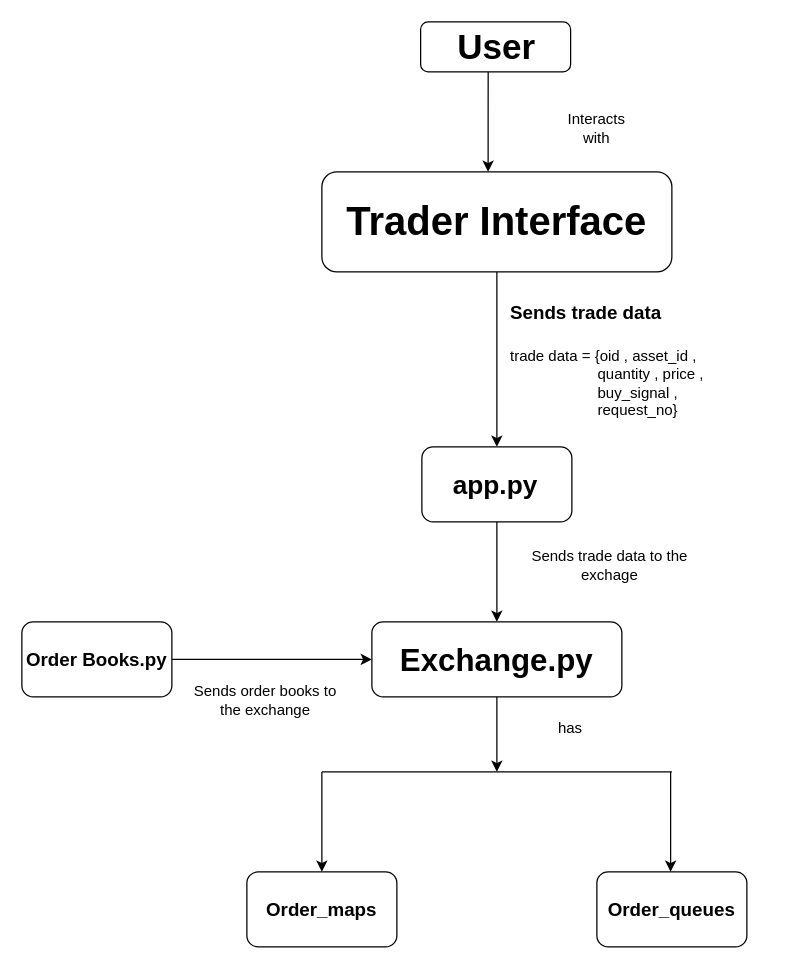
gupta-ekansh/SMC keeps this draw.io diagram as Untitled Diagram.drawio. Above is the earlier version. Source tidied: cells renumbered, new cells numbered last; positions are measured from the earlier drawing's top-left corner, leaving out a move shared by most shapes. Both pictures are drawn from the tidied source at 125%, with x=0, y=0 at pixel (21, 21).
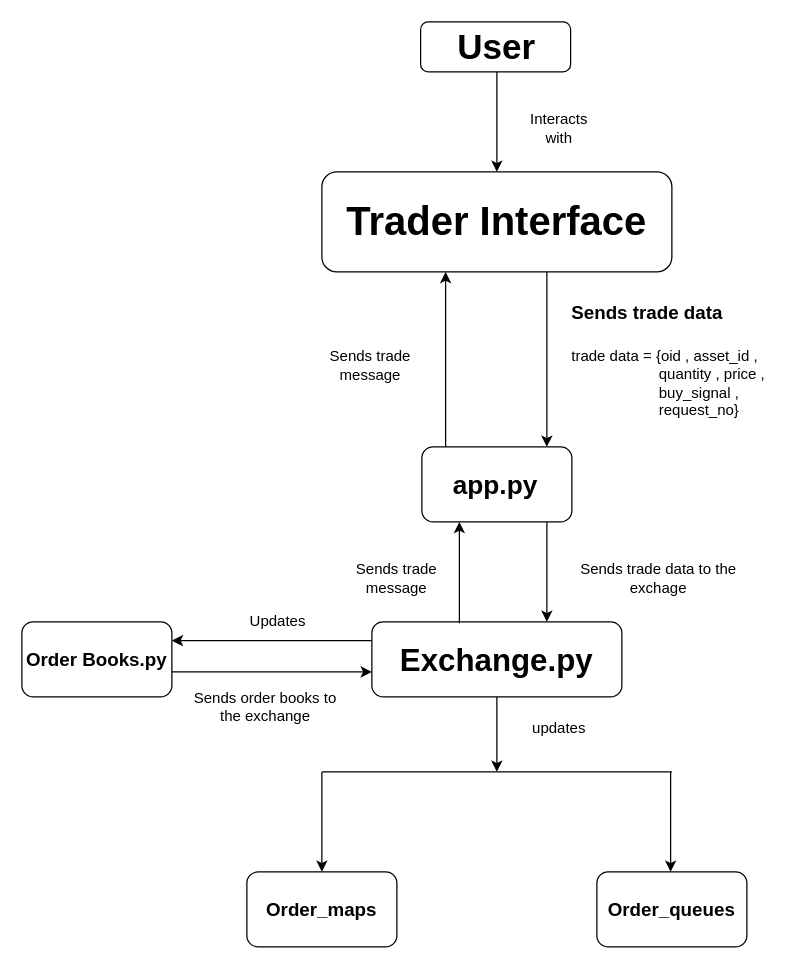
The same diagram, later.

The change refers to these unchanged cells:
```xml
<mxCell id="3" value="User" style="text;html=1;strokeColor=none;fillColor=none;align=center;verticalAlign=middle;whiteSpace=wrap;rounded=0;fontStyle=1;fontSize=28;" parent="1" vertex="1">
  <mxGeometry x="320" width="120" height="40" as="geometry" />
</mxCell>
<mxCell id="9" value="Trader Interface" style="text;html=1;strokeColor=none;fillColor=none;align=center;verticalAlign=middle;whiteSpace=wrap;rounded=0;fontSize=32;fontStyle=1;" parent="1" vertex="1">
  <mxGeometry x="240" y="120" width="280" height="80" as="geometry" />
</mxCell>
<mxCell id="12" style="rounded=1;whiteSpace=wrap;html=1;" parent="1" vertex="1">
  <mxGeometry x="320" y="340" width="120" height="60" as="geometry" />
</mxCell>
<mxCell id="15" style="rounded=1;whiteSpace=wrap;html=1;" parent="1" vertex="1">
  <mxGeometry x="280" y="480" width="200" height="60" as="geometry" />
</mxCell>
<mxCell id="18" style="whiteSpace=wrap;html=1;rounded=1;" parent="1" vertex="1">
  <mxGeometry y="480" width="120" height="60" as="geometry" />
</mxCell>
```

What changed in the source:
```diff
@@
+    <mxCell id="30" style="edgeStyle=orthogonalEdgeStyle;rounded=0;jettySize=auto;html=1;" parent="1" edge="1" source="3" target="9">
+      <mxGeometry relative="1" as="geometry" />
+    </mxCell>
@@
     <mxCell id="5" value="Interacts with" style="text;html=1;strokeColor=none;fillColor=none;align=center;verticalAlign=middle;whiteSpace=wrap;rounded=0;" parent="1" vertex="1">
-      <mxGeometry x="430" y="70" width="60" height="30" as="geometry" />
+      <mxGeometry x="400" y="70" width="60" height="30" as="geometry" />
     </mxCell>
@@
     <mxCell id="7" value="&lt;h1&gt;&lt;font style=&quot;font-size: 15px;&quot;&gt;Sends trade data&lt;/font&gt;&lt;/h1&gt;&lt;div&gt;trade data = {oid , asset_id , &lt;br&gt;&amp;nbsp; &amp;nbsp; &amp;nbsp; &amp;nbsp; &amp;nbsp; &amp;nbsp; &amp;nbsp; &amp;nbsp; &amp;nbsp; &amp;nbsp; &amp;nbsp;quantity , price , &lt;br&gt;&amp;nbsp; &amp;nbsp; &amp;nbsp; &amp;nbsp; &amp;nbsp; &amp;nbsp; &amp;nbsp; &amp;nbsp; &amp;nbsp; &amp;nbsp; &amp;nbsp;buy_signal , &lt;br&gt;&amp;nbsp; &amp;nbsp; &amp;nbsp; &amp;nbsp; &amp;nbsp; &amp;nbsp; &amp;nbsp; &amp;nbsp; &amp;nbsp; &amp;nbsp; &amp;nbsp;request_no}&lt;/div&gt;" style="text;html=1;strokeColor=none;fillColor=none;spacing=5;spacingTop=-20;whiteSpace=wrap;overflow=hidden;rounded=0;" parent="1" vertex="1">
-      <mxGeometry x="385.5" y="210" width="170" height="120" as="geometry" />
+      <mxGeometry x="435" y="210" width="170" height="120" as="geometry" />
     </mxCell>
     <mxCell id="8" style="edgeStyle=orthogonalEdgeStyle;rounded=0;jettySize=auto;html=1;" parent="1" edge="1" source="9" target="12">
-      <mxGeometry relative="1" as="geometry" />
+      <mxGeometry relative="1" as="geometry">
+        <Array as="points">
+          <mxPoint x="420" y="280" />
+          <mxPoint x="420" y="280" />
+        </Array>
+      </mxGeometry>
     </mxCell>
@@
-    <mxCell id="10" style="endArrow=classic;html=1;rounded=0;exitX=0.442;exitY=1;exitDx=0;exitDy=0;exitPerimeter=0;" parent="1" edge="1" source="3">
-      <mxGeometry relative="1" as="geometry">
-        <mxPoint x="373" y="120" as="targetPoint" />
-        <Array as="points">
-          <mxPoint x="373" y="80" />
-        </Array>
-      </mxGeometry>
-    </mxCell>
     <mxCell id="11" style="edgeStyle=orthogonalEdgeStyle;rounded=0;jettySize=auto;html=1;" parent="1" edge="1" source="12" target="15">
-      <mxGeometry relative="1" as="geometry" />
+      <mxGeometry relative="1" as="geometry">
+        <Array as="points">
+          <mxPoint x="420" y="440" />
+          <mxPoint x="420" y="440" />
+        </Array>
+      </mxGeometry>
     </mxCell>
@@
-    <mxCell id="14" style="edgeStyle=orthogonalEdgeStyle;rounded=0;jettySize=auto;html=1;" parent="1" edge="1" source="18" target="15">
-      <mxGeometry relative="1" as="geometry" />
+    <mxCell id="14" style="edgeStyle=orthogonalEdgeStyle;rounded=0;orthogonalLoop=1;jettySize=auto;html=1;" parent="1" edge="1">
+      <mxGeometry relative="1" as="geometry">
+        <mxPoint x="120" y="520" as="sourcePoint" />
+        <mxPoint x="280" y="520" as="targetPoint" />
+      </mxGeometry>
     </mxCell>
+    <mxCell id="31" style="edgeStyle=orthogonalEdgeStyle;rounded=0;orthogonalLoop=1;jettySize=auto;html=1;entryX=1;entryY=0.5;entryDx=0;entryDy=0;" parent="1" edge="1">
+      <mxGeometry relative="1" as="geometry">
+        <mxPoint x="280" y="495" as="sourcePoint" />
+        <mxPoint x="120" y="495" as="targetPoint" />
+      </mxGeometry>
+    </mxCell>
@@
     <mxCell id="16" value="Sends trade data to the exchage" style="text;html=1;strokeColor=none;fillColor=none;align=center;verticalAlign=middle;whiteSpace=wrap;rounded=0;" parent="1" vertex="1">
-      <mxGeometry x="400" y="420" width="141" height="30" as="geometry" />
+      <mxGeometry x="439" y="430" width="141" height="30" as="geometry" />
     </mxCell>
@@
     <mxCell id="20" value="Sends order books to the exchange&lt;br&gt;" style="text;html=1;strokeColor=none;fillColor=none;align=center;verticalAlign=middle;whiteSpace=wrap;rounded=0;" parent="1" vertex="1">
-      <mxGeometry x="130" y="520" width="130" height="45" as="geometry" />
+      <mxGeometry x="130" y="525" width="130" height="45" as="geometry" />
     </mxCell>
@@
-    <mxCell id="29" value="has&lt;br&gt;" style="text;html=1;strokeColor=none;fillColor=none;align=center;verticalAlign=middle;whiteSpace=wrap;rounded=0;" parent="1" vertex="1">
-      <mxGeometry x="409" y="550" width="60" height="30" as="geometry" />
+    <mxCell id="29" value="updates" style="text;html=1;strokeColor=none;fillColor=none;align=center;verticalAlign=middle;whiteSpace=wrap;rounded=0;" parent="1" vertex="1">
+      <mxGeometry x="400" y="550" width="60" height="30" as="geometry" />
     </mxCell>
+    <mxCell id="32" value="Updates" style="text;html=1;strokeColor=none;fillColor=none;align=center;verticalAlign=middle;whiteSpace=wrap;rounded=0;" parent="1" vertex="1">
+      <mxGeometry x="160" y="465" width="90" height="30" as="geometry" />
+    </mxCell>
+    <mxCell id="33" style="endArrow=classic;html=1;rounded=0;entryX=0.25;entryY=1;entryDx=0;entryDy=0;exitX=0.35;exitY=0.017;exitDx=0;exitDy=0;exitPerimeter=0;" parent="1" edge="1">
+      <mxGeometry relative="1" as="geometry">
+        <mxPoint x="350" y="481" as="sourcePoint" />
+        <mxPoint x="350" y="400" as="targetPoint" />
+      </mxGeometry>
+    </mxCell>
+    <mxCell id="34" value="Sends trade message" style="text;html=1;strokeColor=none;fillColor=none;align=center;verticalAlign=middle;whiteSpace=wrap;rounded=0;" parent="1" vertex="1">
+      <mxGeometry x="260" y="430" width="80" height="30" as="geometry" />
+    </mxCell>
+    <mxCell id="35" style="endArrow=classic;html=1;rounded=0;exitX=0.25;exitY=0;exitDx=0;exitDy=0;" parent="1" edge="1">
+      <mxGeometry relative="1" as="geometry">
+        <mxPoint x="339" y="340" as="sourcePoint" />
+        <mxPoint x="339" y="200" as="targetPoint" />
+      </mxGeometry>
+    </mxCell>
+    <mxCell id="36" value="Sends trade message" style="text;html=1;strokeColor=none;fillColor=none;align=center;verticalAlign=middle;whiteSpace=wrap;rounded=0;" parent="1" vertex="1">
+      <mxGeometry x="239" y="260" width="80" height="30" as="geometry" />
+    </mxCell>
```
